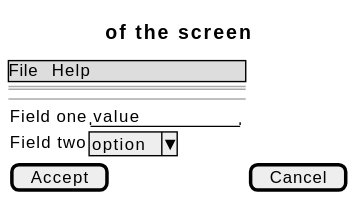
didactika/kampus keeps this PlantUML diagram as docs/01-requirements/use-cases/defineRole/wireframes.svg. Above is the earlier version.
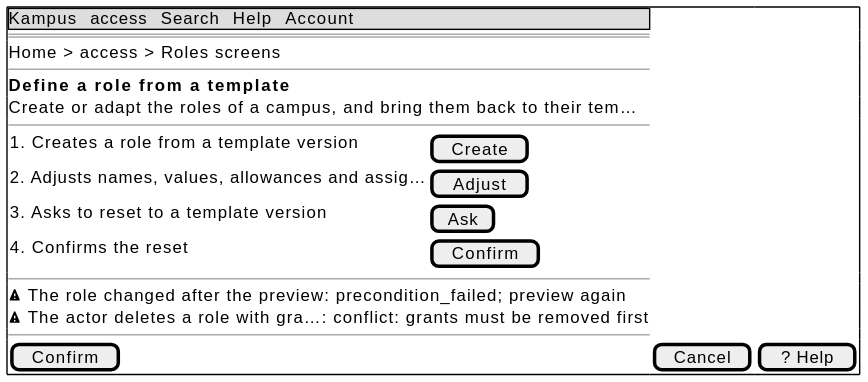
After the commit.

Change to the diagram source:
```diff
@@ -1,13 +1,22 @@
 @startsalt
-{
-  {* File | Help }
+{+
+  {* Kampus | access | Search | Help | Account }
   ==
-  Title of the screen
+  Home > access > Roles screens
+  --
+  <b>Define a role from a template
+  Create or adapt the roles of a campus, and bring them back to their tem…
   --
   {
-    Field one | "value        "
-    Field two | ^option^
+    1. Creates a role from a template version | [ Create ]
+    2. Adjusts names, values, allowances and assig… | [ Adjust ]
+    3. Asks to reset to a template version | [ Ask ]
+    4. Confirms the reset | [ Confirm ]
   }
-  [ Accept ] | [ Cancel ]
+  --
+  <&warning> The role changed after the preview: precondition_failed; preview again
+  <&warning> The actor deletes a role with gra…: conflict: grants must be removed first
+  --
+  [ Confirm ] | [ Cancel ] | [ ? Help ]
 }
 @endsalt
```
